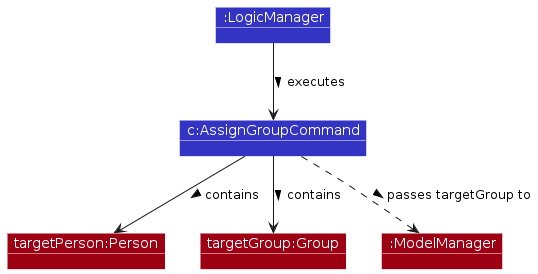
Before: diagrams/assign-group/GroupAssignExecution.png, a diagram exported from PlantUML (AY2526S2-CS2103T-W11-2/tp). Its source is kept beside it as diagrams/assign-group/GroupAssignExecution.puml. Its diagram source:
```plantuml
@startuml assign-group/GroupAssignExecution /' Renames the file to kebab-case when exported as an image.'/
!include ../style.puml
skinparam ArrowFontStyle plain

skinparam shadowing false
skinparam ObjectFontColor #FFFFFF
skinparam ObjectAttributeFontColor #FFFFFF
skinparam ObjectBorderColor #FFFFFF

show objects
show members

object ":LogicManager" as LogicManager LOGIC_COLOR
object "c:AssignGroupCommand" as AssignGroupCommand LOGIC_COLOR
object "targetPerson:Person" as Person MODEL_COLOR
object "targetGroup:Group" as Group MODEL_COLOR
object ":ModelManager" as ModelManager MODEL_COLOR

LogicManager --> AssignGroupCommand : executes >
AssignGroupCommand --> Person : contains >
AssignGroupCommand --> Group : contains >
AssignGroupCommand ..> ModelManager : passes targetGroup to >
@enduml
```
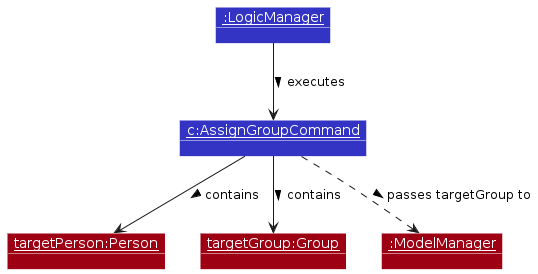
After the change.

What changed in the source:
```diff
@@ -10,11 +10,11 @@
 show objects
 show members
 
-object ":LogicManager" as LogicManager LOGIC_COLOR
-object "c:AssignGroupCommand" as AssignGroupCommand LOGIC_COLOR
-object "targetPerson:Person" as Person MODEL_COLOR
-object "targetGroup:Group" as Group MODEL_COLOR
-object ":ModelManager" as ModelManager MODEL_COLOR
+object "<u>:LogicManager</u>" as LogicManager LOGIC_COLOR
+object "<u>c:AssignGroupCommand</u>" as AssignGroupCommand LOGIC_COLOR
+object "<u>targetPerson:Person</u>" as Person MODEL_COLOR
+object "<u>targetGroup:Group</u>" as Group MODEL_COLOR
+object "<u>:ModelManager</u>" as ModelManager MODEL_COLOR
 
 LogicManager --> AssignGroupCommand : executes >
 AssignGroupCommand --> Person : contains >
```
